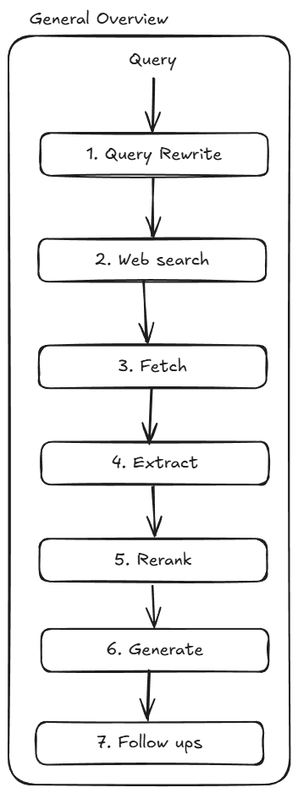
Before: architecture.excalidraw.png, a diagram exported from Excalidraw (GeorgiySav/Perplexed). Source tidied: one line per element, renumbered; positions are measured from the earlier drawing's top-left corner, leaving out a move shared by most shapes.
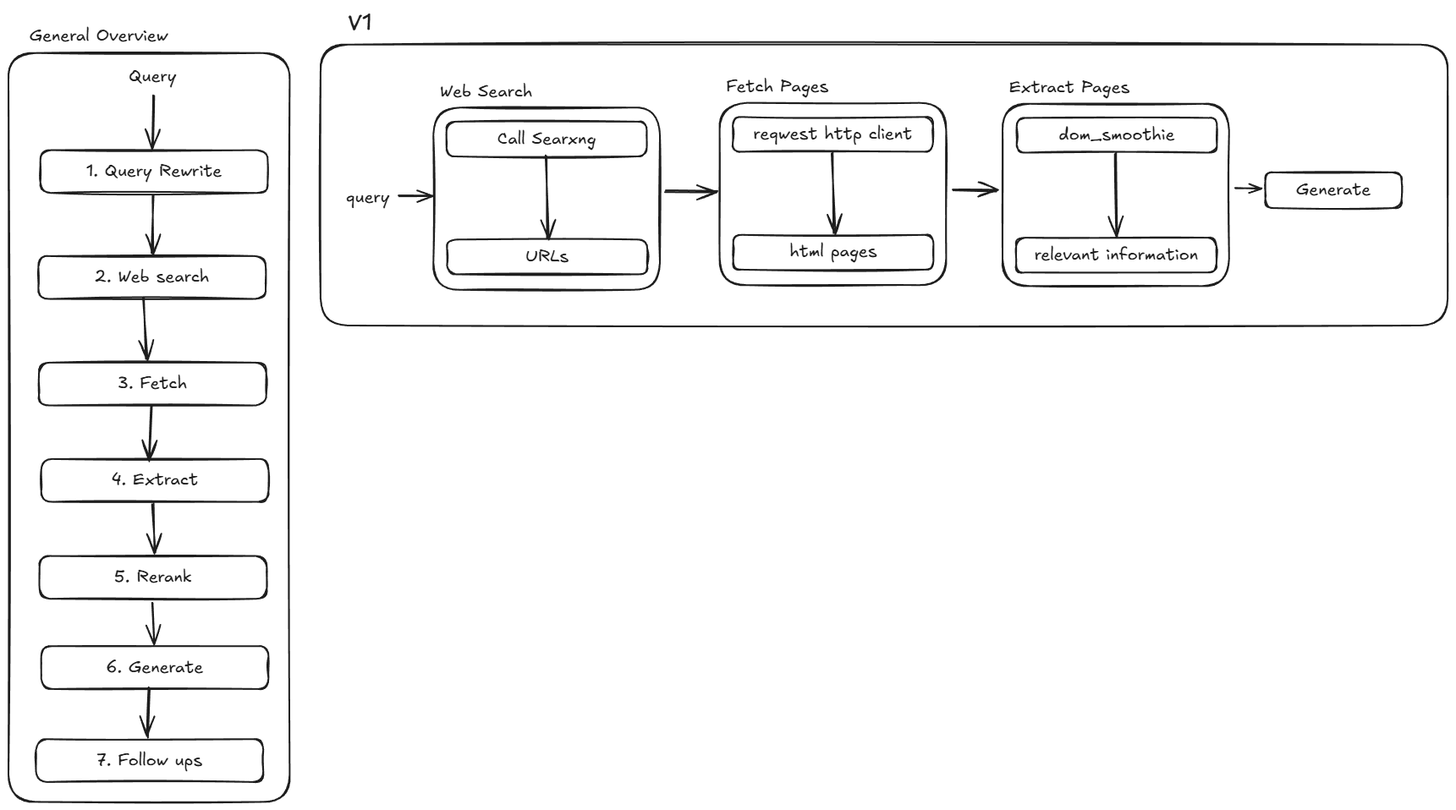
After the change.

Commit message:
finished v1, updated architecture diagram

Diff of the diagram source:
```diff
@@ -22,3 +22,33 @@
 {"id": 21, "type": "arrow", "strokeColor": "#1e1e1e", "strokeWidth": 2, "roughness": 1, "endArrowhead": "arrow", "round": true, "from": 4, "to": 6, "x": 159, "y": 321, "width": 4, "height": 73, "points": [[0, 0], [4, 73]]}
 {"id": 22, "type": "rectangle", "strokeColor": "#1e1e1e", "strokeWidth": 2, "roughness": 1, "round": true, "x": 0, "y": 32, "width": 332, "height": 886}
 {"id": 23, "type": "text", "text": "General Overview", "strokeColor": "#1e1e1e", "strokeWidth": 2, "roughness": 1, "fontSize": 20, "fontFamily": 5, "x": 25, "y": 0, "width": 164, "height": 25}
+{"id": 24, "type": "rectangle", "strokeColor": "#1e1e1e", "strokeWidth": 2, "roughness": 1, "round": true, "x": 369, "y": 22, "width": 1332, "height": 332}
+{"id": 25, "type": "text", "text": "V1", "strokeColor": "#1e1e1e", "strokeWidth": 2, "roughness": 1, "fontSize": 28, "fontFamily": 5, "x": 401, "y": -20, "width": 29, "height": 35}
+{"id": 26, "type": "text", "text": "query", "strokeColor": "#1e1e1e", "strokeWidth": 2, "roughness": 1, "fontSize": 20, "fontFamily": 5, "x": 399, "y": 191, "width": 51, "height": 25}
+{"id": 27, "type": "rectangle", "strokeColor": "#1e1e1e", "strokeWidth": 2, "roughness": 1, "round": true, "x": 502, "y": 97, "width": 268, "height": 216}
+{"id": 28, "type": "rectangle", "strokeColor": "#1e1e1e", "strokeWidth": 2, "roughness": 1, "round": true, "x": 518, "y": 114, "width": 237, "height": 41}
+{"id": 29, "type": "text", "text": "Call Searxng", "strokeColor": "#1e1e1e", "strokeWidth": 2, "roughness": 1, "fontSize": 20, "fontFamily": 5, "textAlign": "center", "verticalAlign": "middle", "inside": 28, "x": 578, "y": 122, "width": 117, "height": 25}
+{"id": 30, "type": "arrow", "strokeColor": "#1e1e1e", "strokeWidth": 2, "roughness": 1, "endArrowhead": "arrow", "round": true, "from": 28, "to": 31, "x": 636, "y": 155, "width": 2, "height": 97, "points": [[0, 0], [2, 97]]}
+{"id": 31, "type": "rectangle", "strokeColor": "#1e1e1e", "strokeWidth": 2, "roughness": 1, "round": true, "x": 518, "y": 253, "width": 237, "height": 41}
+{"id": 32, "type": "text", "text": "URLs", "strokeColor": "#1e1e1e", "strokeWidth": 2, "roughness": 1, "fontSize": 20, "fontFamily": 5, "textAlign": "center", "verticalAlign": "middle", "inside": 31, "x": 611, "y": 261, "width": 51, "height": 25}
+{"id": 33, "type": "text", "text": "Web Search", "strokeColor": "#1e1e1e", "strokeWidth": 2, "roughness": 1, "fontSize": 20, "fontFamily": 5, "x": 510, "y": 66, "width": 109, "height": 25}
+{"id": 34, "type": "rectangle", "strokeColor": "#1e1e1e", "strokeWidth": 2, "roughness": 1, "round": true, "x": 841, "y": 91, "width": 268, "height": 216}
+{"id": 35, "type": "rectangle", "strokeColor": "#1e1e1e", "strokeWidth": 2, "roughness": 1, "round": true, "x": 856, "y": 108, "width": 237, "height": 41}
+{"id": 36, "type": "text", "text": "reqwest http client", "strokeColor": "#1e1e1e", "strokeWidth": 2, "roughness": 1, "fontSize": 20, "fontFamily": 5, "textAlign": "center", "verticalAlign": "middle", "inside": 35, "x": 881, "y": 116, "width": 188, "height": 25}
+{"id": 37, "type": "arrow", "strokeColor": "#1e1e1e", "strokeWidth": 2, "roughness": 1, "endArrowhead": "arrow", "round": true, "from": 35, "to": 38, "x": 974, "y": 149, "width": 2, "height": 97, "points": [[0, 0], [2, 97]]}
+{"id": 38, "type": "rectangle", "strokeColor": "#1e1e1e", "strokeWidth": 2, "roughness": 1, "round": true, "x": 857, "y": 247, "width": 237, "height": 41}
+{"id": 39, "type": "text", "text": "html pages", "strokeColor": "#1e1e1e", "strokeWidth": 2, "roughness": 1, "fontSize": 20, "fontFamily": 5, "textAlign": "center", "verticalAlign": "middle", "inside": 38, "x": 923, "y": 256, "width": 103, "height": 25}
+{"id": 40, "type": "text", "text": "Fetch Pages", "strokeColor": "#1e1e1e", "strokeWidth": 2, "roughness": 1, "fontSize": 20, "fontFamily": 5, "x": 848, "y": 60, "width": 121, "height": 25}
+{"id": 41, "type": "rectangle", "strokeColor": "#1e1e1e", "strokeWidth": 2, "roughness": 1, "round": true, "x": 1175, "y": 92, "width": 268, "height": 216}
+{"id": 42, "type": "rectangle", "strokeColor": "#1e1e1e", "strokeWidth": 2, "roughness": 1, "round": true, "x": 1192, "y": 109, "width": 237, "height": 41}
+{"id": 43, "type": "text", "text": "dom_smoothie", "strokeColor": "#1e1e1e", "strokeWidth": 2, "roughness": 1, "fontSize": 20, "fontFamily": 5, "textAlign": "center", "verticalAlign": "middle", "inside": 42, "x": 1242, "y": 117, "width": 137, "height": 25}
+{"id": 44, "type": "arrow", "strokeColor": "#1e1e1e", "strokeWidth": 2, "roughness": 1, "endArrowhead": "arrow", "round": true, "from": 42, "to": 45, "x": 1309, "y": 150, "width": 1, "height": 100, "points": [[0, 0], [1, 100]]}
+{"id": 45, "type": "rectangle", "strokeColor": "#1e1e1e", "strokeWidth": 2, "roughness": 1, "round": true, "x": 1191, "y": 251, "width": 237, "height": 41}
+{"id": 46, "type": "text", "text": "relevant information", "strokeColor": "#1e1e1e", "strokeWidth": 2, "roughness": 1, "fontSize": 20, "fontFamily": 5, "textAlign": "center", "verticalAlign": "middle", "inside": 45, "x": 1213, "y": 259, "width": 194, "height": 25}
+{"id": 47, "type": "text", "text": "Extract Pages", "strokeColor": "#1e1e1e", "strokeWidth": 2, "roughness": 1, "fontSize": 20, "fontFamily": 5, "x": 1183, "y": 61, "width": 142, "height": 25}
+{"id": 48, "type": "arrow", "strokeColor": "#1e1e1e", "strokeWidth": 2, "roughness": 1, "endArrowhead": "arrow", "round": true, "from": 26, "to": 27, "x": 461, "y": 201, "width": 40, "height": 0, "points": [[0, 0], [40, 0]]}
+{"id": 49, "type": "arrow", "strokeColor": "#1e1e1e", "strokeWidth": 2, "roughness": 1, "endArrowhead": "arrow", "round": true, "from": 27, "to": 34, "x": 776, "y": 196, "width": 62, "height": 0, "points": [[0, 0], [62, 0]]}
+{"id": 50, "type": "arrow", "strokeColor": "#1e1e1e", "strokeWidth": 2, "roughness": 1, "endArrowhead": "arrow", "round": true, "from": 34, "to": 41, "x": 1116, "y": 195, "width": 53, "height": 1, "points": [[0, 0], [53, 1]]}
+{"id": 51, "type": "rectangle", "strokeColor": "#1e1e1e", "strokeWidth": 2, "roughness": 1, "round": true, "x": 1486, "y": 174, "width": 161, "height": 42}
+{"id": 52, "type": "text", "text": "Generate", "strokeColor": "#1e1e1e", "strokeWidth": 2, "roughness": 1, "fontSize": 20, "fontFamily": 5, "textAlign": "center", "verticalAlign": "middle", "inside": 51, "x": 1522, "y": 182, "width": 88, "height": 25}
+{"id": 53, "type": "arrow", "strokeColor": "#1e1e1e", "strokeWidth": 2, "roughness": 1, "endArrowhead": "arrow", "round": true, "from": 41, "to": 51, "x": 1450, "y": 192, "width": 31, "height": 0, "points": [[0, 0], [31, 0]]}
```
